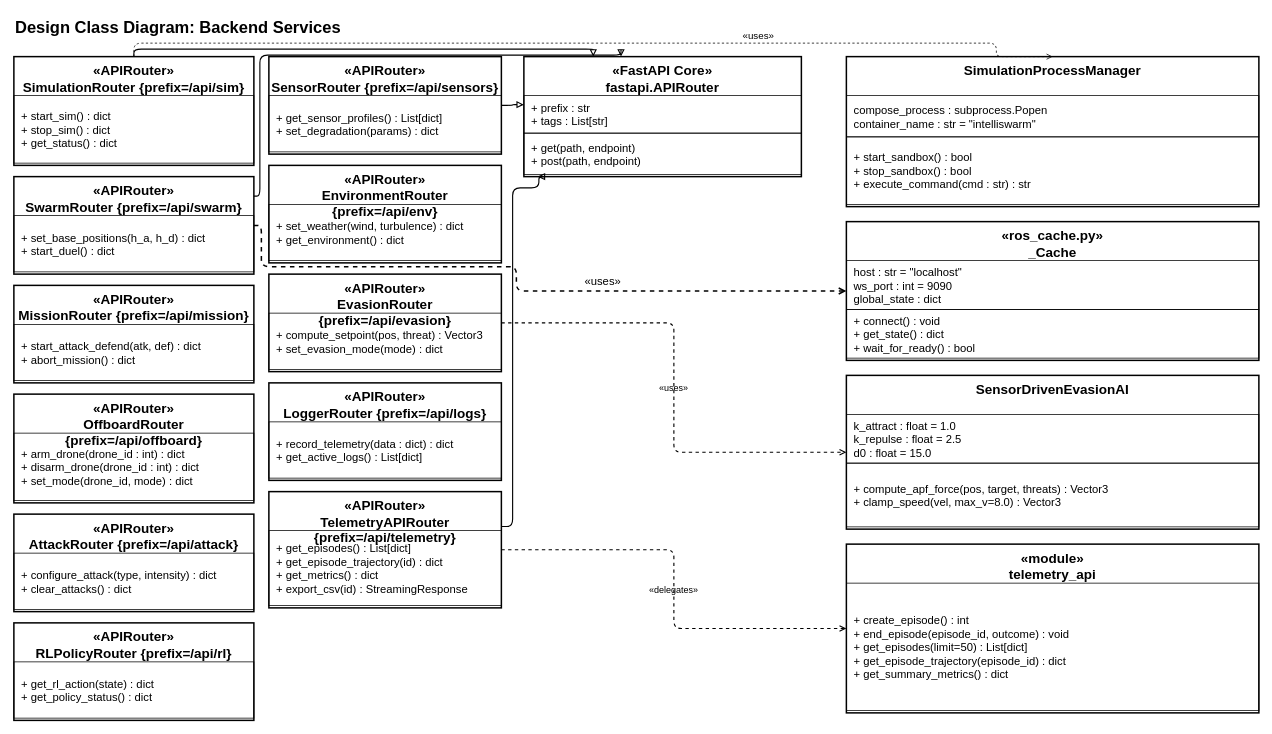
sjd-1214/diagrams keeps this draw.io diagram as 08_class_backend_services.drawio. Above is the earlier version. Source tidied: cells renumbered, new cells numbered last; positions are measured from the earlier drawing's top-left corner, leaving out a move shared by most shapes. Both pictures are drawn from the tidied source at 75%, with x=0, y=0 at pixel (14, 13).
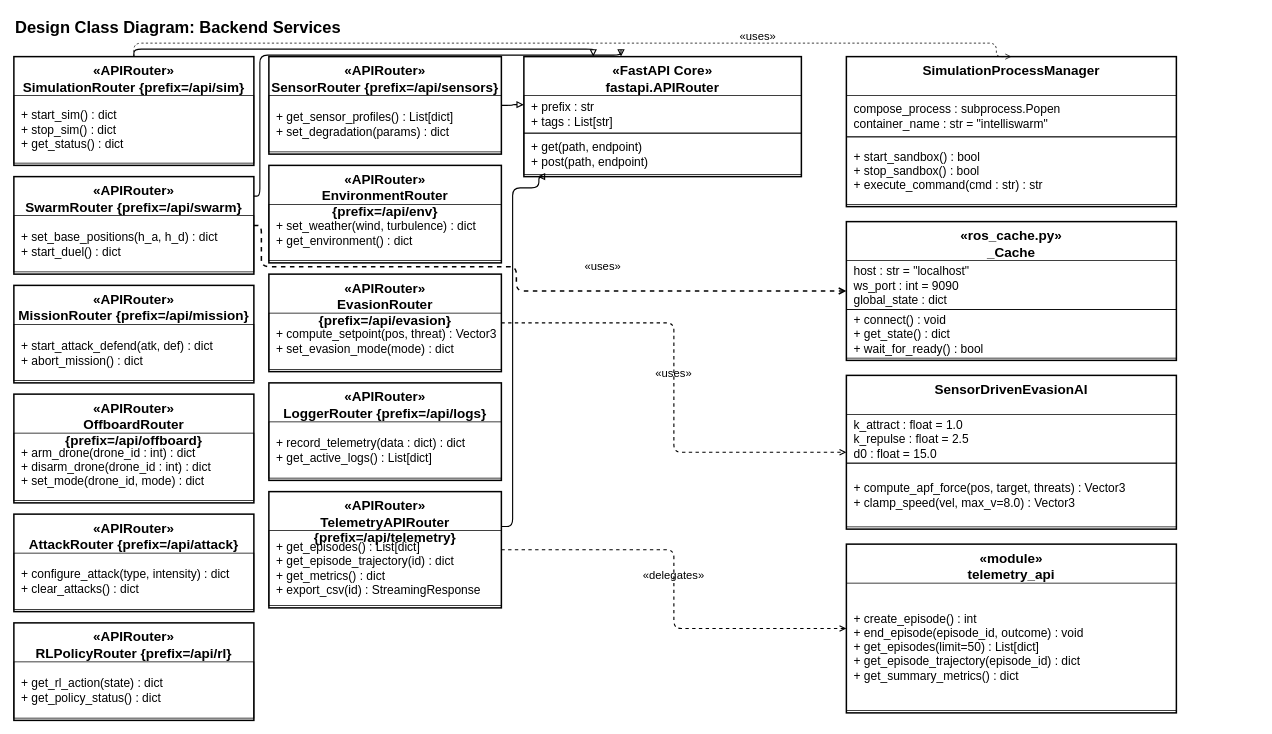
After the change.

The change refers to these unchanged cells:
```xml
<mxCell id="3" value="«FastAPI Core»&lt;br&gt;&lt;b&gt;fastapi.APIRouter&lt;/b&gt;" style="whiteSpace=wrap;html=1;fillColor=none;strokeColor=#000000;fontFamily=Helvetica;fontColor=#000000;fontStyle=1;verticalAlign=top;spacingTop=2;fontSize=18;strokeWidth=2;" parent="1" vertex="1">
  <mxGeometry x="680" y="58" width="370" height="160" as="geometry" />
</mxCell>
<mxCell id="6" value="«APIRouter»&lt;br&gt;&lt;b&gt;SimulationRouter&lt;/b&gt; {prefix=/api/sim}" style="whiteSpace=wrap;html=1;fillColor=none;strokeColor=#000000;fontFamily=Helvetica;fontColor=#000000;fontStyle=1;verticalAlign=top;spacingTop=2;fontSize=18;strokeWidth=2;" parent="1" vertex="1">
  <mxGeometry y="58" width="320" height="145" as="geometry" />
</mxCell>
<mxCell id="8" value="«APIRouter»&lt;br&gt;&lt;b&gt;SwarmRouter&lt;/b&gt; {prefix=/api/swarm}" style="whiteSpace=wrap;html=1;fillColor=none;strokeColor=#000000;fontFamily=Helvetica;fontColor=#000000;fontStyle=1;verticalAlign=top;spacingTop=2;fontSize=18;strokeWidth=2;" parent="1" vertex="1">
  <mxGeometry y="218" width="320" height="130" as="geometry" />
</mxCell>
<mxCell id="10" value="«APIRouter»&lt;br&gt;&lt;b&gt;MissionRouter&lt;/b&gt; {prefix=/api/mission}" style="whiteSpace=wrap;html=1;fillColor=none;strokeColor=#000000;fontFamily=Helvetica;fontColor=#000000;fontStyle=1;verticalAlign=top;spacingTop=2;fontSize=18;strokeWidth=2;" parent="1" vertex="1">
  <mxGeometry y="363" width="320" height="130" as="geometry" />
</mxCell>
<mxCell id="12" value="«APIRouter»&lt;br&gt;&lt;b&gt;OffboardRouter&lt;/b&gt; {prefix=/api/offboard}" style="whiteSpace=wrap;html=1;fillColor=none;strokeColor=#000000;fontFamily=Helvetica;fontColor=#000000;fontStyle=1;verticalAlign=top;spacingTop=2;fontSize=18;strokeWidth=2;" parent="1" vertex="1">
  <mxGeometry y="508" width="320" height="145" as="geometry" />
</mxCell>
<mxCell id="14" value="«APIRouter»&lt;br&gt;&lt;b&gt;AttackRouter&lt;/b&gt; {prefix=/api/attack}" style="whiteSpace=wrap;html=1;fillColor=none;strokeColor=#000000;fontFamily=Helvetica;fontColor=#000000;fontStyle=1;verticalAlign=top;spacingTop=2;fontSize=18;strokeWidth=2;" parent="1" vertex="1">
  <mxGeometry y="668" width="320" height="130" as="geometry" />
</mxCell>
<mxCell id="16" value="«APIRouter»&lt;br&gt;&lt;b&gt;RLPolicyRouter&lt;/b&gt; {prefix=/api/rl}" style="whiteSpace=wrap;html=1;fillColor=none;strokeColor=#000000;fontFamily=Helvetica;fontColor=#000000;fontStyle=1;verticalAlign=top;spacingTop=2;fontSize=18;strokeWidth=2;" parent="1" vertex="1">
  <mxGeometry y="813" width="320" height="130" as="geometry" />
</mxCell>
<mxCell id="18" value="«APIRouter»&lt;br&gt;&lt;b&gt;SensorRouter&lt;/b&gt; {prefix=/api/sensors}" style="whiteSpace=wrap;html=1;fillColor=none;strokeColor=#000000;fontFamily=Helvetica;fontColor=#000000;fontStyle=1;verticalAlign=top;spacingTop=2;fontSize=18;strokeWidth=2;" parent="1" vertex="1">
  <mxGeometry x="340" y="58" width="310" height="130" as="geometry" />
</mxCell>
<mxCell id="20" value="«APIRouter»&lt;br&gt;&lt;b&gt;EnvironmentRouter&lt;/b&gt; {prefix=/api/env}" style="whiteSpace=wrap;html=1;fillColor=none;strokeColor=#000000;fontFamily=Helvetica;fontColor=#000000;fontStyle=1;verticalAlign=top;spacingTop=2;fontSize=18;strokeWidth=2;" parent="1" vertex="1">
  <mxGeometry x="340" y="203" width="310" height="130" as="geometry" />
</mxCell>
<mxCell id="22" value="«APIRouter»&lt;br&gt;&lt;b&gt;EvasionRouter&lt;/b&gt; {prefix=/api/evasion}" style="whiteSpace=wrap;html=1;fillColor=none;strokeColor=#000000;fontFamily=Helvetica;fontColor=#000000;fontStyle=1;verticalAlign=top;spacingTop=2;fontSize=18;strokeWidth=2;" parent="1" vertex="1">
  <mxGeometry x="340" y="348" width="310" height="130" as="geometry" />
</mxCell>
<mxCell id="24" value="«APIRouter»&lt;br&gt;&lt;b&gt;LoggerRouter&lt;/b&gt; {prefix=/api/logs}" style="whiteSpace=wrap;html=1;fillColor=none;strokeColor=#000000;fontFamily=Helvetica;fontColor=#000000;fontStyle=1;verticalAlign=top;spacingTop=2;fontSize=18;strokeWidth=2;" parent="1" vertex="1">
  <mxGeometry x="340" y="493" width="310" height="130" as="geometry" />
</mxCell>
<mxCell id="26" value="«APIRouter»&lt;br&gt;&lt;b&gt;TelemetryAPIRouter&lt;/b&gt; {prefix=/api/telemetry}" style="whiteSpace=wrap;html=1;fillColor=none;strokeColor=#000000;fontFamily=Helvetica;fontColor=#000000;fontStyle=1;verticalAlign=top;spacingTop=2;fontSize=18;strokeWidth=2;" parent="1" vertex="1">
  <mxGeometry x="340" y="638" width="310" height="155" as="geometry" />
</mxCell>
```

What changed in the source:
```diff
@@
-    <mxCell id="4" value="+ prefix : str&lt;br&gt;+ tags : List[str]" style="whiteSpace=wrap;html=1;fillColor=none;strokeColor=#000000;fontFamily=Helvetica;fontColor=#000000;align=left;spacingLeft=8;fontSize=15;" parent="3" vertex="1">
+    <mxCell id="4" value="+ prefix : str&lt;br&gt;+ tags : List[str]" style="whiteSpace=wrap;html=1;fillColor=none;strokeColor=#000000;fontFamily=Helvetica;fontColor=#000000;align=left;spacingLeft=8;fontSize=16;" parent="3" vertex="1">
       <mxGeometry y="52" width="370" height="50" as="geometry" />
     </mxCell>
-    <mxCell id="5" value="+ get(path, endpoint)&lt;br&gt;+ post(path, endpoint)" style="whiteSpace=wrap;html=1;fillColor=none;strokeColor=#000000;fontFamily=Helvetica;fontColor=#000000;align=left;spacingLeft=8;fontSize=15;" parent="3" vertex="1">
+    <mxCell id="5" value="+ get(path, endpoint)&lt;br&gt;+ post(path, endpoint)" style="whiteSpace=wrap;html=1;fillColor=none;strokeColor=#000000;fontFamily=Helvetica;fontColor=#000000;align=left;spacingLeft=8;fontSize=16;" parent="3" vertex="1">
       <mxGeometry y="102" width="370" height="55" as="geometry" />
     </mxCell>
@@
-    <mxCell id="7" value="+ start_sim() : dict&lt;br&gt;+ stop_sim() : dict&lt;br&gt;+ get_status() : dict" style="whiteSpace=wrap;html=1;fillColor=none;strokeColor=#000000;fontFamily=Helvetica;fontColor=#000000;align=left;spacingLeft=8;fontSize=15;" parent="6" vertex="1">
+    <mxCell id="7" value="+ start_sim() : dict&lt;br&gt;+ stop_sim() : dict&lt;br&gt;+ get_status() : dict" style="whiteSpace=wrap;html=1;fillColor=none;strokeColor=#000000;fontFamily=Helvetica;fontColor=#000000;align=left;spacingLeft=8;fontSize=16;" parent="6" vertex="1">
       <mxGeometry y="52" width="320" height="90" as="geometry" />
     </mxCell>
@@
-    <mxCell id="9" value="+ set_base_positions(h_a, h_d) : dict&lt;br&gt;+ start_duel() : dict" style="whiteSpace=wrap;html=1;fillColor=none;strokeColor=#000000;fontFamily=Helvetica;fontColor=#000000;align=left;spacingLeft=8;fontSize=15;" parent="8" vertex="1">
+    <mxCell id="9" value="+ set_base_positions(h_a, h_d) : dict&lt;br&gt;+ start_duel() : dict" style="whiteSpace=wrap;html=1;fillColor=none;strokeColor=#000000;fontFamily=Helvetica;fontColor=#000000;align=left;spacingLeft=8;fontSize=16;" parent="8" vertex="1">
       <mxGeometry y="52" width="320" height="75" as="geometry" />
     </mxCell>
@@
-    <mxCell id="11" value="+ start_attack_defend(atk, def) : dict&lt;br&gt;+ abort_mission() : dict" style="whiteSpace=wrap;html=1;fillColor=none;strokeColor=#000000;fontFamily=Helvetica;fontColor=#000000;align=left;spacingLeft=8;fontSize=15;" parent="10" vertex="1">
+    <mxCell id="11" value="+ start_attack_defend(atk, def) : dict&lt;br&gt;+ abort_mission() : dict" style="whiteSpace=wrap;html=1;fillColor=none;strokeColor=#000000;fontFamily=Helvetica;fontColor=#000000;align=left;spacingLeft=8;fontSize=16;" parent="10" vertex="1">
       <mxGeometry y="52" width="320" height="75" as="geometry" />
     </mxCell>
@@
-    <mxCell id="13" value="+ arm_drone(drone_id : int) : dict&lt;br&gt;+ disarm_drone(drone_id : int) : dict&lt;br&gt;+ set_mode(drone_id, mode) : dict" style="whiteSpace=wrap;html=1;fillColor=none;strokeColor=#000000;fontFamily=Helvetica;fontColor=#000000;align=left;spacingLeft=8;fontSize=15;" parent="12" vertex="1">
+    <mxCell id="13" value="+ arm_drone(drone_id : int) : dict&lt;br&gt;+ disarm_drone(drone_id : int) : dict&lt;br&gt;+ set_mode(drone_id, mode) : dict" style="whiteSpace=wrap;html=1;fillColor=none;strokeColor=#000000;fontFamily=Helvetica;fontColor=#000000;align=left;spacingLeft=8;fontSize=16;" parent="12" vertex="1">
       <mxGeometry y="52" width="320" height="90" as="geometry" />
     </mxCell>
@@
-    <mxCell id="15" value="+ configure_attack(type, intensity) : dict&lt;br&gt;+ clear_attacks() : dict" style="whiteSpace=wrap;html=1;fillColor=none;strokeColor=#000000;fontFamily=Helvetica;fontColor=#000000;align=left;spacingLeft=8;fontSize=15;" parent="14" vertex="1">
+    <mxCell id="15" value="+ configure_attack(type, intensity) : dict&lt;br&gt;+ clear_attacks() : dict" style="whiteSpace=wrap;html=1;fillColor=none;strokeColor=#000000;fontFamily=Helvetica;fontColor=#000000;align=left;spacingLeft=8;fontSize=16;" parent="14" vertex="1">
       <mxGeometry y="52" width="320" height="75" as="geometry" />
     </mxCell>
@@
-    <mxCell id="17" value="+ get_rl_action(state) : dict&lt;br&gt;+ get_policy_status() : dict" style="whiteSpace=wrap;html=1;fillColor=none;strokeColor=#000000;fontFamily=Helvetica;fontColor=#000000;align=left;spacingLeft=8;fontSize=15;" parent="16" vertex="1">
+    <mxCell id="17" value="+ get_rl_action(state) : dict&lt;br&gt;+ get_policy_status() : dict" style="whiteSpace=wrap;html=1;fillColor=none;strokeColor=#000000;fontFamily=Helvetica;fontColor=#000000;align=left;spacingLeft=8;fontSize=16;" parent="16" vertex="1">
       <mxGeometry y="52" width="320" height="75" as="geometry" />
     </mxCell>
@@
-    <mxCell id="19" value="+ get_sensor_profiles() : List[dict]&lt;br&gt;+ set_degradation(params) : dict" style="whiteSpace=wrap;html=1;fillColor=none;strokeColor=#000000;fontFamily=Helvetica;fontColor=#000000;align=left;spacingLeft=8;fontSize=15;" parent="18" vertex="1">
+    <mxCell id="19" value="+ get_sensor_profiles() : List[dict]&lt;br&gt;+ set_degradation(params) : dict" style="whiteSpace=wrap;html=1;fillColor=none;strokeColor=#000000;fontFamily=Helvetica;fontColor=#000000;align=left;spacingLeft=8;fontSize=16;" parent="18" vertex="1">
       <mxGeometry y="52" width="310" height="75" as="geometry" />
     </mxCell>
@@
-    <mxCell id="21" value="+ set_weather(wind, turbulence) : dict&lt;br&gt;+ get_environment() : dict" style="whiteSpace=wrap;html=1;fillColor=none;strokeColor=#000000;fontFamily=Helvetica;fontColor=#000000;align=left;spacingLeft=8;fontSize=15;" parent="20" vertex="1">
+    <mxCell id="21" value="+ set_weather(wind, turbulence) : dict&lt;br&gt;+ get_environment() : dict" style="whiteSpace=wrap;html=1;fillColor=none;strokeColor=#000000;fontFamily=Helvetica;fontColor=#000000;align=left;spacingLeft=8;fontSize=16;" parent="20" vertex="1">
       <mxGeometry y="52" width="310" height="75" as="geometry" />
     </mxCell>
@@
-    <mxCell id="23" value="+ compute_setpoint(pos, threat) : Vector3&lt;br&gt;+ set_evasion_mode(mode) : dict" style="whiteSpace=wrap;html=1;fillColor=none;strokeColor=#000000;fontFamily=Helvetica;fontColor=#000000;align=left;spacingLeft=8;fontSize=15;" parent="22" vertex="1">
+    <mxCell id="23" value="+ compute_setpoint(pos, threat) : Vector3&lt;br&gt;+ set_evasion_mode(mode) : dict" style="whiteSpace=wrap;html=1;fillColor=none;strokeColor=#000000;fontFamily=Helvetica;fontColor=#000000;align=left;spacingLeft=8;fontSize=16;" parent="22" vertex="1">
       <mxGeometry y="52" width="310" height="75" as="geometry" />
     </mxCell>
@@
-    <mxCell id="25" value="+ record_telemetry(data : dict) : dict&lt;br&gt;+ get_active_logs() : List[dict]" style="whiteSpace=wrap;html=1;fillColor=none;strokeColor=#000000;fontFamily=Helvetica;fontColor=#000000;align=left;spacingLeft=8;fontSize=15;" parent="24" vertex="1">
+    <mxCell id="25" value="+ record_telemetry(data : dict) : dict&lt;br&gt;+ get_active_logs() : List[dict]" style="whiteSpace=wrap;html=1;fillColor=none;strokeColor=#000000;fontFamily=Helvetica;fontColor=#000000;align=left;spacingLeft=8;fontSize=16;" parent="24" vertex="1">
       <mxGeometry y="52" width="310" height="75" as="geometry" />
     </mxCell>
@@
-    <mxCell id="27" value="+ get_episodes() : List[dict]&lt;br&gt;+ get_episode_trajectory(id) : dict&lt;br&gt;+ get_metrics() : dict&lt;br&gt;+ export_csv(id) : StreamingResponse" style="whiteSpace=wrap;html=1;fillColor=none;strokeColor=#000000;fontFamily=Helvetica;fontColor=#000000;align=left;spacingLeft=8;fontSize=15;" parent="26" vertex="1">
+    <mxCell id="27" value="+ get_episodes() : List[dict]&lt;br&gt;+ get_episode_trajectory(id) : dict&lt;br&gt;+ get_metrics() : dict&lt;br&gt;+ export_csv(id) : StreamingResponse" style="whiteSpace=wrap;html=1;fillColor=none;strokeColor=#000000;fontFamily=Helvetica;fontColor=#000000;align=left;spacingLeft=8;fontSize=16;" parent="26" vertex="1">
       <mxGeometry y="52" width="310" height="100" as="geometry" />
     </mxCell>
     <mxCell id="28" value="&lt;b&gt;SimulationProcessManager&lt;/b&gt;" style="whiteSpace=wrap;html=1;fillColor=none;strokeColor=#000000;fontFamily=Helvetica;fontColor=#000000;fontStyle=1;verticalAlign=top;spacingTop=2;fontSize=18;strokeWidth=2;" parent="1" vertex="1">
-      <mxGeometry x="1110" y="58" width="550" height="200" as="geometry" />
+      <mxGeometry x="1110" y="58" width="440" height="200" as="geometry" />
     </mxCell>
-    <mxCell id="29" value="compose_process : subprocess.Popen&lt;br&gt;container_name : str = &amp;quot;intelliswarm&amp;quot;" style="whiteSpace=wrap;html=1;fillColor=none;strokeColor=#000000;fontFamily=Helvetica;fontColor=#000000;align=left;spacingLeft=8;fontSize=15;" parent="28" vertex="1">
-      <mxGeometry y="52" width="550" height="55" as="geometry" />
+    <mxCell id="29" value="compose_process : subprocess.Popen&lt;br&gt;container_name : str = &amp;quot;intelliswarm&amp;quot;" style="whiteSpace=wrap;html=1;fillColor=none;strokeColor=#000000;fontFamily=Helvetica;fontColor=#000000;align=left;spacingLeft=8;fontSize=16;" parent="28" vertex="1">
+      <mxGeometry y="52" width="440" height="55" as="geometry" />
     </mxCell>
-    <mxCell id="30" value="+ start_sandbox() : bool&lt;br&gt;+ stop_sandbox() : bool&lt;br&gt;+ execute_command(cmd : str) : str" style="whiteSpace=wrap;html=1;fillColor=none;strokeColor=#000000;fontFamily=Helvetica;fontColor=#000000;align=left;spacingLeft=8;fontSize=15;" parent="28" vertex="1">
-      <mxGeometry y="107" width="550" height="90" as="geometry" />
+    <mxCell id="30" value="+ start_sandbox() : bool&lt;br&gt;+ stop_sandbox() : bool&lt;br&gt;+ execute_command(cmd : str) : str" style="whiteSpace=wrap;html=1;fillColor=none;strokeColor=#000000;fontFamily=Helvetica;fontColor=#000000;align=left;spacingLeft=8;fontSize=16;" parent="28" vertex="1">
+      <mxGeometry y="107" width="440" height="90" as="geometry" />
     </mxCell>
     <mxCell id="31" value="«ros_cache.py»&lt;br&gt;&lt;b&gt;_Cache&lt;/b&gt;" style="whiteSpace=wrap;html=1;fillColor=none;strokeColor=#000000;fontFamily=Helvetica;fontColor=#000000;fontStyle=1;verticalAlign=top;spacingTop=2;fontSize=18;strokeWidth=2;" parent="1" vertex="1">
-      <mxGeometry x="1110" y="278" width="550" height="185" as="geometry" />
+      <mxGeometry x="1110" y="278" width="440" height="185" as="geometry" />
     </mxCell>
-    <mxCell id="32" value="host : str = &amp;quot;localhost&amp;quot;&lt;br&gt;ws_port : int = 9090&lt;br&gt;global_state : dict" style="whiteSpace=wrap;html=1;fillColor=none;strokeColor=#000000;fontFamily=Helvetica;fontColor=#000000;align=left;spacingLeft=8;fontSize=15;" parent="31" vertex="1">
-      <mxGeometry y="52" width="550" height="65" as="geometry" />
+    <mxCell id="32" value="host : str = &amp;quot;localhost&amp;quot;&lt;br&gt;ws_port : int = 9090&lt;br&gt;global_state : dict" style="whiteSpace=wrap;html=1;fillColor=none;strokeColor=#000000;fontFamily=Helvetica;fontColor=#000000;align=left;spacingLeft=8;fontSize=16;" parent="31" vertex="1">
+      <mxGeometry y="52" width="440" height="65" as="geometry" />
     </mxCell>
-    <mxCell id="33" value="+ connect() : void&lt;br&gt;+ get_state() : dict&lt;br&gt;+ wait_for_ready() : bool" style="whiteSpace=wrap;html=1;fillColor=none;strokeColor=#000000;fontFamily=Helvetica;fontColor=#000000;align=left;spacingLeft=8;fontSize=15;" parent="31" vertex="1">
-      <mxGeometry y="117" width="550" height="65" as="geometry" />
+    <mxCell id="33" value="+ connect() : void&lt;br&gt;+ get_state() : dict&lt;br&gt;+ wait_for_ready() : bool" style="whiteSpace=wrap;html=1;fillColor=none;strokeColor=#000000;fontFamily=Helvetica;fontColor=#000000;align=left;spacingLeft=8;fontSize=16;" parent="31" vertex="1">
+      <mxGeometry y="117" width="440" height="65" as="geometry" />
     </mxCell>
     <mxCell id="34" value="&lt;b&gt;SensorDrivenEvasionAI&lt;/b&gt;" style="whiteSpace=wrap;html=1;fillColor=none;strokeColor=#000000;fontFamily=Helvetica;fontColor=#000000;fontStyle=1;verticalAlign=top;spacingTop=2;fontSize=18;strokeWidth=2;" parent="1" vertex="1">
-      <mxGeometry x="1110" y="483" width="550" height="205" as="geometry" />
+      <mxGeometry x="1110" y="483" width="440" height="205" as="geometry" />
     </mxCell>
-    <mxCell id="35" value="k_attract : float = 1.0&lt;br&gt;k_repulse : float = 2.5&lt;br&gt;d0 : float = 15.0" style="whiteSpace=wrap;html=1;fillColor=none;strokeColor=#000000;fontFamily=Helvetica;fontColor=#000000;align=left;spacingLeft=8;fontSize=15;" parent="34" vertex="1">
-      <mxGeometry y="52" width="550" height="65" as="geometry" />
+    <mxCell id="35" value="k_attract : float = 1.0&lt;br&gt;k_repulse : float = 2.5&lt;br&gt;d0 : float = 15.0" style="whiteSpace=wrap;html=1;fillColor=none;strokeColor=#000000;fontFamily=Helvetica;fontColor=#000000;align=left;spacingLeft=8;fontSize=16;" parent="34" vertex="1">
+      <mxGeometry y="52" width="440" height="65" as="geometry" />
     </mxCell>
-    <mxCell id="36" value="+ compute_apf_force(pos, target, threats) : Vector3&lt;br&gt;+ clamp_speed(vel, max_v=8.0) : Vector3" style="whiteSpace=wrap;html=1;fillColor=none;strokeColor=#000000;fontFamily=Helvetica;fontColor=#000000;align=left;spacingLeft=8;fontSize=15;" parent="34" vertex="1">
-      <mxGeometry y="117" width="550" height="85" as="geometry" />
+    <mxCell id="36" value="+ compute_apf_force(pos, target, threats) : Vector3&lt;br&gt;+ clamp_speed(vel, max_v=8.0) : Vector3" style="whiteSpace=wrap;html=1;fillColor=none;strokeColor=#000000;fontFamily=Helvetica;fontColor=#000000;align=left;spacingLeft=8;fontSize=16;" parent="34" vertex="1">
+      <mxGeometry y="117" width="440" height="85" as="geometry" />
     </mxCell>
     <mxCell id="37" value="«module»&lt;br&gt;&lt;b&gt;telemetry_api&lt;/b&gt;" style="whiteSpace=wrap;html=1;fillColor=none;strokeColor=#000000;fontFamily=Helvetica;fontColor=#000000;fontStyle=1;verticalAlign=top;spacingTop=2;fontSize=18;strokeWidth=2;" parent="1" vertex="1">
-      <mxGeometry x="1110" y="708" width="550" height="225" as="geometry" />
+      <mxGeometry x="1110" y="708" width="440" height="225" as="geometry" />
     </mxCell>
-    <mxCell id="38" value="+ create_episode() : int&lt;br&gt;+ end_episode(episode_id, outcome) : void&lt;br&gt;+ get_episodes(limit=50) : List[dict]&lt;br&gt;+ get_episode_trajectory(episode_id) : dict&lt;br&gt;+ get_summary_metrics() : dict" style="whiteSpace=wrap;html=1;fillColor=none;strokeColor=#000000;fontFamily=Helvetica;fontColor=#000000;align=left;spacingLeft=8;fontSize=15;" parent="37" vertex="1">
-      <mxGeometry y="52" width="550" height="170" as="geometry" />
+    <mxCell id="38" value="+ create_episode() : int&lt;br&gt;+ end_episode(episode_id, outcome) : void&lt;br&gt;+ get_episodes(limit=50) : List[dict]&lt;br&gt;+ get_episode_trajectory(episode_id) : dict&lt;br&gt;+ get_summary_metrics() : dict" style="whiteSpace=wrap;html=1;fillColor=none;strokeColor=#000000;fontFamily=Helvetica;fontColor=#000000;align=left;spacingLeft=8;fontSize=16;" parent="37" vertex="1">
+      <mxGeometry y="52" width="440" height="170" as="geometry" />
     </mxCell>
@@
-    <mxCell id="42" style="edgeStyle=orthogonalEdgeStyle;rounded=1;endArrow=block;endFill=0;strokeColor=#000000;strokeWidth=1.5;fontSize=12;fontFamily=Helvetica;fontColor=#000000;exitX=1;exitY=0.3;entryX=0.05;entryY=1;labelBackgroundColor=none;" parent="1" edge="1" source="26" target="3">
+    <mxCell id="42" style="edgeStyle=orthogonalEdgeStyle;rounded=1;endArrow=block;endFill=0;strokeColor=#000000;strokeWidth=1.5;fontSize=15;fontFamily=Helvetica;fontColor=#000000;exitX=1;exitY=0.3;entryX=0.05;entryY=1;labelBackgroundColor=none;" parent="1" edge="1" source="26" target="3">
       <mxGeometry relative="1" as="geometry">
         <Array as="points">
           <mxPoint x="665" y="684" />
           <mxPoint x="665" y="233" />
           <mxPoint x="700" y="233" />
         </Array>
       </mxGeometry>
     </mxCell>
-    <mxCell id="43" value="«uses»" style="edgeStyle=orthogonalEdgeStyle;rounded=1;dashed=1;endArrow=open;strokeColor=#000000;fontFamily=Helvetica;fontSize=13;fontColor=#000000;exitX=0.5;exitY=0;entryX=0.5;entryY=0;labelBackgroundColor=none;" parent="1" edge="1" source="6" target="28">
+    <mxCell id="43" value="«uses»" style="edgeStyle=orthogonalEdgeStyle;rounded=1;dashed=1;endArrow=open;strokeColor=#000000;fontFamily=Helvetica;fontSize=15;fontColor=#000000;exitX=0.5;exitY=0;entryX=0.5;entryY=0;labelBackgroundColor=none;align=left;labelPosition=right;spacingLeft=10;verticalAlign=middle;" parent="1" edge="1" source="6" target="28">
       <mxGeometry x="0.35" relative="1" as="geometry">
         <Array as="points">
           <mxPoint x="160" y="40" />
           <mxPoint x="1310" y="40" />
         </Array>
         <mxPoint y="-10" as="offset" />
       </mxGeometry>
     </mxCell>
-    <mxCell id="44" value="«uses»" style="edgeStyle=orthogonalEdgeStyle;rounded=1;dashed=1;endArrow=open;strokeColor=#000000;strokeWidth=2;fontSize=15;fontFamily=Helvetica;fontColor=#000000;exitX=1;exitY=0.5;entryX=0;entryY=0.5;labelBackgroundColor=none;" parent="1" edge="1" source="8" target="31">
+    <mxCell id="44" value="«uses»" style="edgeStyle=orthogonalEdgeStyle;rounded=1;dashed=1;endArrow=open;strokeColor=#000000;strokeWidth=2;fontSize=15;fontFamily=Helvetica;fontColor=#000000;exitX=1;exitY=0.5;entryX=0;entryY=0.5;labelBackgroundColor=none;verticalAlign=bottom;spacingBottom=8;spacingLeft=10;spacingRight=10;" parent="1" edge="1" source="8" target="31">
       <mxGeometry x="0.26" y="14" relative="1" as="geometry">
         <Array as="points">
           <mxPoint x="330" y="283" />
           <mxPoint x="330" y="338" />
           <mxPoint x="670" y="338" />
           <mxPoint x="670" y="370" />
         </Array>
       </mxGeometry>
     </mxCell>
-    <mxCell id="45" value="«uses»" style="edgeStyle=orthogonalEdgeStyle;rounded=1;dashed=1;endArrow=open;strokeColor=#000000;strokeWidth=1.5;fontSize=12;fontFamily=Helvetica;fontColor=#000000;exitX=1;exitY=0.5;entryX=0;entryY=0.5;labelBackgroundColor=none;" parent="1" edge="1" source="22" target="34">
+    <mxCell id="45" value="«uses»" style="edgeStyle=orthogonalEdgeStyle;rounded=1;dashed=1;endArrow=open;strokeColor=#000000;strokeWidth=1.5;fontSize=15;fontFamily=Helvetica;fontColor=#000000;exitX=1;exitY=0.5;entryX=0;entryY=0.5;labelBackgroundColor=none;verticalAlign=bottom;spacingBottom=8;spacingLeft=10;spacingRight=10;" parent="1" edge="1" source="22" target="34">
       <mxGeometry relative="1" as="geometry" />
     </mxCell>
-    <mxCell id="46" value="«delegates»" style="edgeStyle=orthogonalEdgeStyle;rounded=1;dashed=1;endArrow=open;strokeColor=#000000;strokeWidth=1.5;fontSize=12;fontFamily=Helvetica;fontColor=#000000;exitX=1;exitY=0.5;entryX=0;entryY=0.5;labelBackgroundColor=none;" parent="1" edge="1" source="26" target="37">
+    <mxCell id="46" value="«delegates»" style="edgeStyle=orthogonalEdgeStyle;rounded=1;dashed=1;endArrow=open;strokeColor=#000000;strokeWidth=1.5;fontSize=15;fontFamily=Helvetica;fontColor=#000000;exitX=1;exitY=0.5;entryX=0;entryY=0.5;labelBackgroundColor=none;verticalAlign=bottom;spacingBottom=8;spacingLeft=10;spacingRight=10;" parent="1" edge="1" source="26" target="37">
       <mxGeometry relative="1" as="geometry" />
     </mxCell>
```
